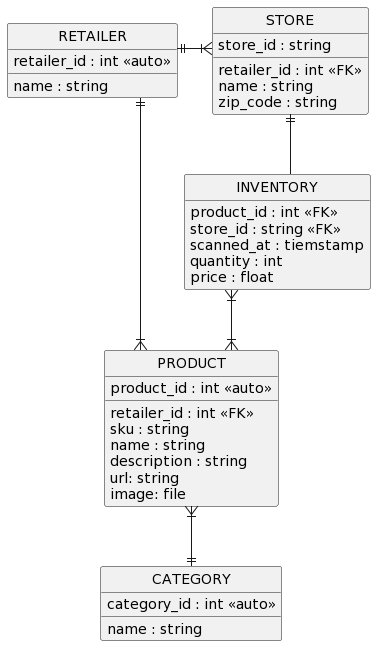
Above: out/docs/plantuml/rdbms-physical-data-model.png in loudinb/tcr-matl-pa (PlantUML), before the change. Its diagram source:
```plantuml
@startuml
hide circle
hide empty members
skinparam linetype ortho
entity RETAILER {
    retailer_id : int <<auto>>
    __
    name : string
}
entity STORE {
    store_id : string
    __
    retailer_id : int <<FK>>
    name : string
    zip_code : string
}
entity PRODUCT {
    product_id : int <<auto>>
    __
    retailer_id : int <<FK>>
    sku : string
    name : string
    description : string
    url: string
    image: file
}
entity CATEGORY {
    category_id : int <<auto>>
    __
    name : string
}
entity INVENTORY {
    product_id : int <<FK>>
    store_id : string <<FK>>
    scanned_at : tiemstamp
    quantity : int
    price : float
}
STORE ||--O{ INVENTORY
INVENTORY }|--|{ PRODUCT
PRODUCT }|--|| CATEGORY
RETAILER ||--|{ STORE
RETAILER ||--|{ PRODUCT
RETAILER -[hidden] STORE
@enduml
```
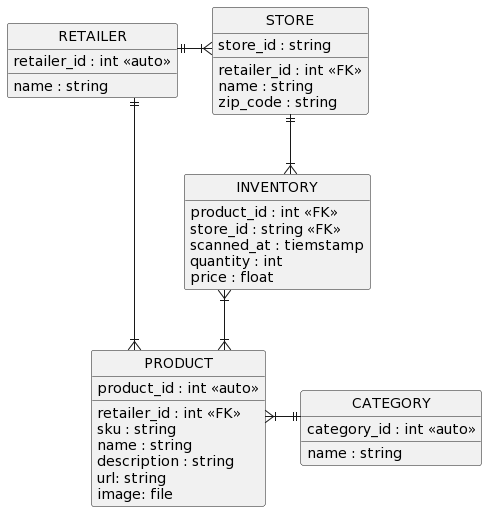
Later version of the same file.

What changed in the source:
```diff
@@ -36,10 +36,11 @@
     quantity : int
     price : float
 }
-STORE ||--O{ INVENTORY
+STORE ||--|{ INVENTORY
 INVENTORY }|--|{ PRODUCT
 PRODUCT }|--|| CATEGORY
 RETAILER ||--|{ STORE
 RETAILER ||--|{ PRODUCT
 RETAILER -[hidden] STORE
+PRODUCT -[hidden] CATEGORY
 @enduml
```
